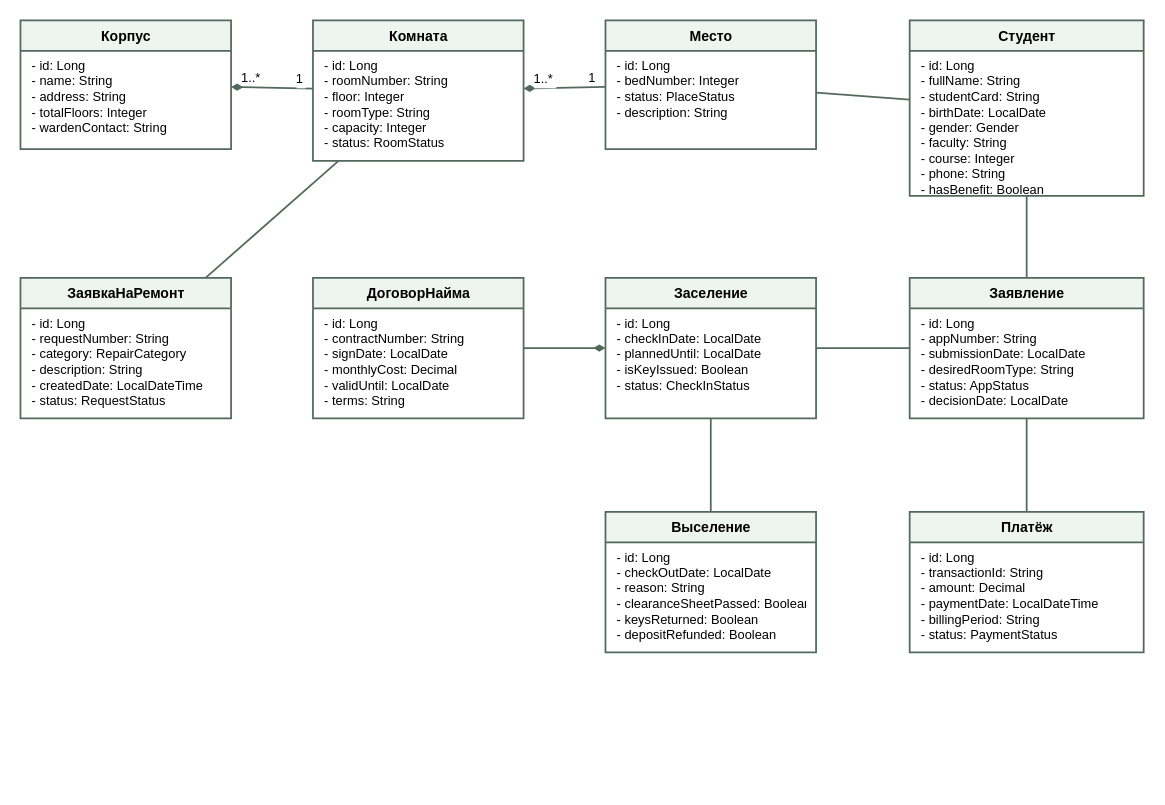
Before: docs/model/class.drawio in X2X13211/cursovaya, a draw.io diagram. Source tidied: cells renumbered, new cells numbered last; positions are measured from the earlier drawing's top-left corner, leaving out a move shared by most shapes. Both pictures are drawn from the tidied source at 117%, with x=0, y=0 at pixel (20, 20).
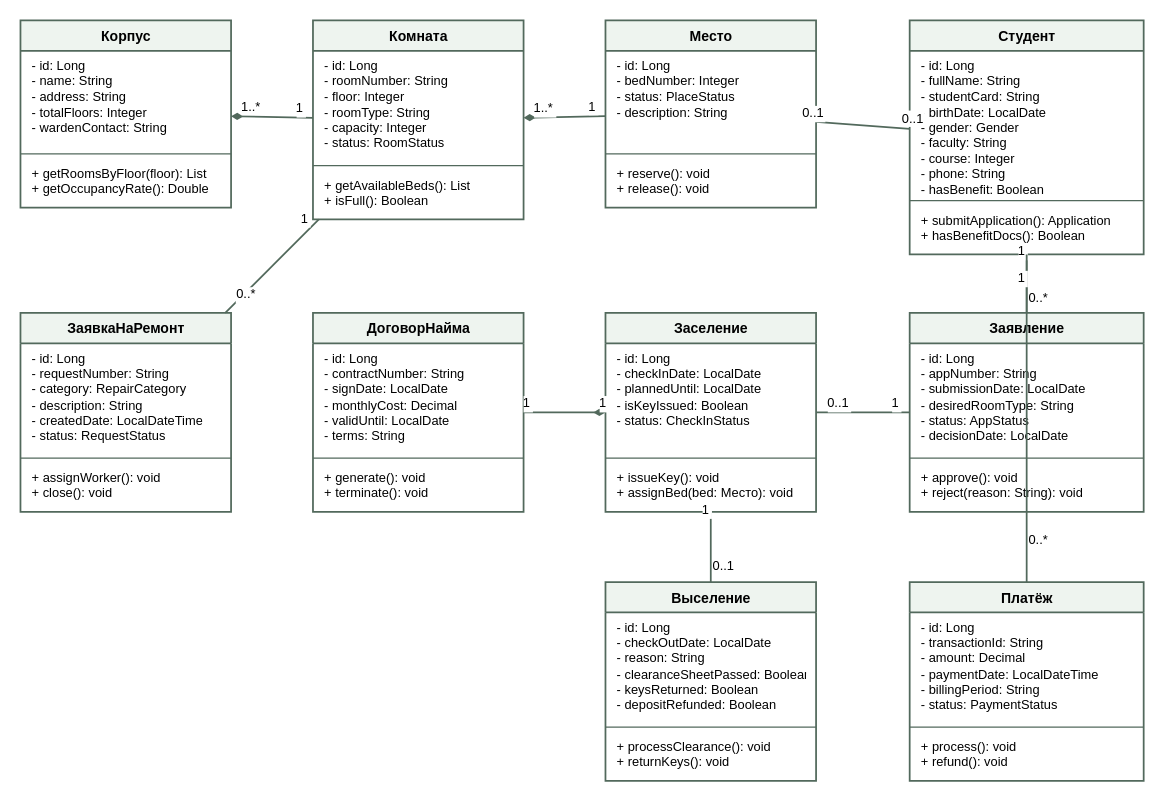
The same diagram, later.

Unchanged cells that the change refers to:
```xml
<mxCell id="28" style="endArrow=none;strokeColor=#52695C;strokeWidth=1.5;fontFamily=Arial;" parent="1" edge="1" source="6" target="8">
  <mxGeometry relative="1" as="geometry" />
</mxCell>
<mxCell id="29" style="endArrow=none;strokeColor=#52695C;strokeWidth=1.5;fontFamily=Arial;" parent="1" edge="1" source="8" target="10">
  <mxGeometry relative="1" as="geometry" />
</mxCell>
<mxCell id="30" style="endArrow=none;strokeColor=#52695C;strokeWidth=1.5;fontFamily=Arial;" parent="1" edge="1" source="10" target="12">
  <mxGeometry relative="1" as="geometry" />
</mxCell>
<mxCell id="31" style="endArrow=diamondThin;endFill=1;strokeColor=#52695C;strokeWidth=1.5;fontFamily=Arial;" parent="1" edge="1" source="14" target="12">
  <mxGeometry relative="1" as="geometry" />
</mxCell>
<mxCell id="32" style="endArrow=none;strokeColor=#52695C;strokeWidth=1.5;fontFamily=Arial;" parent="1" edge="1" source="12" target="16">
  <mxGeometry relative="1" as="geometry" />
</mxCell>
<mxCell id="34" style="endArrow=none;strokeColor=#52695C;strokeWidth=1.5;fontFamily=Arial;" parent="1" edge="1" source="4" target="18">
  <mxGeometry relative="1" as="geometry" />
</mxCell>
```

Diff of the diagram source:
```diff
@@
     <mxCell id="2" value="Корпус" style="swimlane;fontStyle=1;align=center;verticalAlign=top;horizontal=1;startSize=26;html=1;fillColor=#EEF4EF;strokeColor=#52695C;strokeWidth=1.5;fontFamily=Arial;" parent="1" vertex="1">
-      <mxGeometry width="180" height="110" as="geometry" />
+      <mxGeometry width="180" height="160" as="geometry" />
     </mxCell>
@@
+    <mxCell id="35" style="line;strokeWidth=1;fillColor=none;align=left;verticalAlign=middle;spacingTop=-1;spacingLeft=3;spacingRight=10;labelPosition=left;strokeColor=inherit;" parent="2" vertex="1">
+      <mxGeometry y="110" width="180" height="8" as="geometry" />
+    </mxCell>
+    <mxCell id="36" value="+ getRoomsByFloor(floor): List&#10;+ getOccupancyRate(): Double" style="text;strokeColor=none;fillColor=none;align=left;verticalAlign=top;spacingLeft=8;spacingRight=8;overflow=hidden;html=1;fontSize=11;fontFamily=Arial;" parent="2" vertex="1">
+      <mxGeometry y="118" width="180" height="42" as="geometry" />
+    </mxCell>
     <mxCell id="4" value="Комната" style="swimlane;fontStyle=1;align=center;verticalAlign=top;horizontal=1;startSize=26;html=1;fillColor=#EEF4EF;strokeColor=#52695C;strokeWidth=1.5;fontFamily=Arial;" parent="1" vertex="1">
-      <mxGeometry x="250" width="180" height="120" as="geometry" />
+      <mxGeometry x="250" width="180" height="170" as="geometry" />
     </mxCell>
@@
+    <mxCell id="37" style="line;strokeWidth=1;fillColor=none;align=left;verticalAlign=middle;spacingTop=-1;spacingLeft=3;spacingRight=10;labelPosition=left;strokeColor=inherit;" parent="4" vertex="1">
+      <mxGeometry y="120" width="180" height="8" as="geometry" />
+    </mxCell>
+    <mxCell id="38" value="+ getAvailableBeds(): List&#10;+ isFull(): Boolean" style="text;strokeColor=none;fillColor=none;align=left;verticalAlign=top;spacingLeft=8;spacingRight=8;overflow=hidden;html=1;fontSize=11;fontFamily=Arial;" parent="4" vertex="1">
+      <mxGeometry y="128" width="180" height="42" as="geometry" />
+    </mxCell>
     <mxCell id="6" value="Место" style="swimlane;fontStyle=1;align=center;verticalAlign=top;horizontal=1;startSize=26;html=1;fillColor=#EEF4EF;strokeColor=#52695C;strokeWidth=1.5;fontFamily=Arial;" parent="1" vertex="1">
-      <mxGeometry x="500" width="180" height="110" as="geometry" />
+      <mxGeometry x="500" width="180" height="160" as="geometry" />
     </mxCell>
@@
+    <mxCell id="39" style="line;strokeWidth=1;fillColor=none;align=left;verticalAlign=middle;spacingTop=-1;spacingLeft=3;spacingRight=10;labelPosition=left;strokeColor=inherit;" parent="6" vertex="1">
+      <mxGeometry y="110" width="180" height="8" as="geometry" />
+    </mxCell>
+    <mxCell id="40" value="+ reserve(): void&#10;+ release(): void" style="text;strokeColor=none;fillColor=none;align=left;verticalAlign=top;spacingLeft=8;spacingRight=8;overflow=hidden;html=1;fontSize=11;fontFamily=Arial;" parent="6" vertex="1">
+      <mxGeometry y="118" width="180" height="42" as="geometry" />
+    </mxCell>
     <mxCell id="8" value="Студент" style="swimlane;fontStyle=1;align=center;verticalAlign=top;horizontal=1;startSize=26;html=1;fillColor=#EEF4EF;strokeColor=#52695C;strokeWidth=1.5;fontFamily=Arial;" parent="1" vertex="1">
-      <mxGeometry x="760" width="200" height="150" as="geometry" />
+      <mxGeometry x="760" width="200" height="200" as="geometry" />
     </mxCell>
@@
+    <mxCell id="41" style="line;strokeWidth=1;fillColor=none;align=left;verticalAlign=middle;spacingTop=-1;spacingLeft=3;spacingRight=10;labelPosition=left;strokeColor=inherit;" parent="8" vertex="1">
+      <mxGeometry y="150" width="200" height="8" as="geometry" />
+    </mxCell>
+    <mxCell id="42" value="+ submitApplication(): Application&#10;+ hasBenefitDocs(): Boolean" style="text;strokeColor=none;fillColor=none;align=left;verticalAlign=top;spacingLeft=8;spacingRight=8;overflow=hidden;html=1;fontSize=11;fontFamily=Arial;" parent="8" vertex="1">
+      <mxGeometry y="158" width="200" height="42" as="geometry" />
+    </mxCell>
     <mxCell id="10" value="Заявление" style="swimlane;fontStyle=1;align=center;verticalAlign=top;horizontal=1;startSize=26;html=1;fillColor=#EEF4EF;strokeColor=#52695C;strokeWidth=1.5;fontFamily=Arial;" parent="1" vertex="1">
-      <mxGeometry x="760" y="220" width="200" height="120" as="geometry" />
+      <mxGeometry x="760" y="250" width="200" height="170" as="geometry" />
     </mxCell>
@@
+    <mxCell id="43" style="line;strokeWidth=1;fillColor=none;align=left;verticalAlign=middle;spacingTop=-1;spacingLeft=3;spacingRight=10;labelPosition=left;strokeColor=inherit;" parent="10" vertex="1">
+      <mxGeometry y="120" width="200" height="8" as="geometry" />
+    </mxCell>
+    <mxCell id="44" value="+ approve(): void&#10;+ reject(reason: String): void" style="text;strokeColor=none;fillColor=none;align=left;verticalAlign=top;spacingLeft=8;spacingRight=8;overflow=hidden;html=1;fontSize=11;fontFamily=Arial;" parent="10" vertex="1">
+      <mxGeometry y="128" width="200" height="42" as="geometry" />
+    </mxCell>
     <mxCell id="12" value="Заселение" style="swimlane;fontStyle=1;align=center;verticalAlign=top;horizontal=1;startSize=26;html=1;fillColor=#EEF4EF;strokeColor=#52695C;strokeWidth=1.5;fontFamily=Arial;" parent="1" vertex="1">
-      <mxGeometry x="500" y="220" width="180" height="120" as="geometry" />
+      <mxGeometry x="500" y="250" width="180" height="170" as="geometry" />
     </mxCell>
@@
+    <mxCell id="45" style="line;strokeWidth=1;fillColor=none;align=left;verticalAlign=middle;spacingTop=-1;spacingLeft=3;spacingRight=10;labelPosition=left;strokeColor=inherit;" parent="12" vertex="1">
+      <mxGeometry y="120" width="180" height="8" as="geometry" />
+    </mxCell>
+    <mxCell id="46" value="+ issueKey(): void&#10;+ assignBed(bed: Место): void" style="text;strokeColor=none;fillColor=none;align=left;verticalAlign=top;spacingLeft=8;spacingRight=8;overflow=hidden;html=1;fontSize=11;fontFamily=Arial;" parent="12" vertex="1">
+      <mxGeometry y="128" width="180" height="42" as="geometry" />
+    </mxCell>
     <mxCell id="14" value="ДоговорНайма" style="swimlane;fontStyle=1;align=center;verticalAlign=top;horizontal=1;startSize=26;html=1;fillColor=#EEF4EF;strokeColor=#52695C;strokeWidth=1.5;fontFamily=Arial;" parent="1" vertex="1">
-      <mxGeometry x="250" y="220" width="180" height="120" as="geometry" />
+      <mxGeometry x="250" y="250" width="180" height="170" as="geometry" />
     </mxCell>
@@
+    <mxCell id="47" style="line;strokeWidth=1;fillColor=none;align=left;verticalAlign=middle;spacingTop=-1;spacingLeft=3;spacingRight=10;labelPosition=left;strokeColor=inherit;" parent="14" vertex="1">
+      <mxGeometry y="120" width="180" height="8" as="geometry" />
+    </mxCell>
+    <mxCell id="48" value="+ generate(): void&#10;+ terminate(): void" style="text;strokeColor=none;fillColor=none;align=left;verticalAlign=top;spacingLeft=8;spacingRight=8;overflow=hidden;html=1;fontSize=11;fontFamily=Arial;" parent="14" vertex="1">
+      <mxGeometry y="128" width="180" height="42" as="geometry" />
+    </mxCell>
     <mxCell id="16" value="Выселение" style="swimlane;fontStyle=1;align=center;verticalAlign=top;horizontal=1;startSize=26;html=1;fillColor=#EEF4EF;strokeColor=#52695C;strokeWidth=1.5;fontFamily=Arial;" parent="1" vertex="1">
-      <mxGeometry x="500" y="420" width="180" height="120" as="geometry" />
+      <mxGeometry x="500" y="480" width="180" height="170" as="geometry" />
     </mxCell>
@@
+    <mxCell id="49" style="line;strokeWidth=1;fillColor=none;align=left;verticalAlign=middle;spacingTop=-1;spacingLeft=3;spacingRight=10;labelPosition=left;strokeColor=inherit;" parent="16" vertex="1">
+      <mxGeometry y="120" width="180" height="8" as="geometry" />
+    </mxCell>
+    <mxCell id="50" value="+ processClearance(): void&#10;+ returnKeys(): void" style="text;strokeColor=none;fillColor=none;align=left;verticalAlign=top;spacingLeft=8;spacingRight=8;overflow=hidden;html=1;fontSize=11;fontFamily=Arial;" parent="16" vertex="1">
+      <mxGeometry y="128" width="180" height="42" as="geometry" />
+    </mxCell>
     <mxCell id="18" value="ЗаявкаНаРемонт" style="swimlane;fontStyle=1;align=center;verticalAlign=top;horizontal=1;startSize=26;html=1;fillColor=#EEF4EF;strokeColor=#52695C;strokeWidth=1.5;fontFamily=Arial;" parent="1" vertex="1">
-      <mxGeometry y="220" width="180" height="120" as="geometry" />
+      <mxGeometry y="250" width="180" height="170" as="geometry" />
     </mxCell>
@@
+    <mxCell id="51" style="line;strokeWidth=1;fillColor=none;align=left;verticalAlign=middle;spacingTop=-1;spacingLeft=3;spacingRight=10;labelPosition=left;strokeColor=inherit;" parent="18" vertex="1">
+      <mxGeometry y="120" width="180" height="8" as="geometry" />
+    </mxCell>
+    <mxCell id="52" value="+ assignWorker(): void&#10;+ close(): void" style="text;strokeColor=none;fillColor=none;align=left;verticalAlign=top;spacingLeft=8;spacingRight=8;overflow=hidden;html=1;fontSize=11;fontFamily=Arial;" parent="18" vertex="1">
+      <mxGeometry y="128" width="180" height="42" as="geometry" />
+    </mxCell>
     <mxCell id="20" value="Платёж" style="swimlane;fontStyle=1;align=center;verticalAlign=top;horizontal=1;startSize=26;html=1;fillColor=#EEF4EF;strokeColor=#52695C;strokeWidth=1.5;fontFamily=Arial;" parent="1" vertex="1">
-      <mxGeometry x="760" y="420" width="200" height="120" as="geometry" />
+      <mxGeometry x="760" y="480" width="200" height="170" as="geometry" />
     </mxCell>
@@
+    <mxCell id="53" style="line;strokeWidth=1;fillColor=none;align=left;verticalAlign=middle;spacingTop=-1;spacingLeft=3;spacingRight=10;labelPosition=left;strokeColor=inherit;" parent="20" vertex="1">
+      <mxGeometry y="120" width="200" height="8" as="geometry" />
+    </mxCell>
+    <mxCell id="54" value="+ process(): void&#10;+ refund(): void" style="text;strokeColor=none;fillColor=none;align=left;verticalAlign=top;spacingLeft=8;spacingRight=8;overflow=hidden;html=1;fontSize=11;fontFamily=Arial;" parent="20" vertex="1">
+      <mxGeometry y="128" width="200" height="42" as="geometry" />
+    </mxCell>
@@
+    <mxCell id="55" value="0..1" style="edgeLabel;align=right;verticalAlign=bottom;fontSize=11;fontFamily=Arial;" parent="28" vertex="1">
+      <mxGeometry x="-0.8" relative="1" as="geometry" />
+    </mxCell>
+    <mxCell id="56" value="0..1" style="edgeLabel;align=left;verticalAlign=bottom;fontSize=11;fontFamily=Arial;" parent="28" vertex="1">
+      <mxGeometry x="0.8" relative="1" as="geometry" />
+    </mxCell>
@@
+    <mxCell id="57" value="1" style="edgeLabel;align=right;verticalAlign=bottom;fontSize=11;fontFamily=Arial;" parent="29" vertex="1">
+      <mxGeometry x="-0.8" relative="1" as="geometry" />
+    </mxCell>
+    <mxCell id="58" value="0..*" style="edgeLabel;align=left;verticalAlign=bottom;fontSize=11;fontFamily=Arial;" parent="29" vertex="1">
+      <mxGeometry x="0.8" relative="1" as="geometry" />
+    </mxCell>
@@
+    <mxCell id="59" value="1" style="edgeLabel;align=right;verticalAlign=bottom;fontSize=11;fontFamily=Arial;" parent="30" vertex="1">
+      <mxGeometry x="-0.8" relative="1" as="geometry" />
+    </mxCell>
+    <mxCell id="60" value="0..1" style="edgeLabel;align=left;verticalAlign=bottom;fontSize=11;fontFamily=Arial;" parent="30" vertex="1">
+      <mxGeometry x="0.8" relative="1" as="geometry" />
+    </mxCell>
@@
+    <mxCell id="61" value="1" style="edgeLabel;align=right;verticalAlign=bottom;fontSize=11;fontFamily=Arial;" parent="31" vertex="1">
+      <mxGeometry x="-0.8" relative="1" as="geometry" />
+    </mxCell>
+    <mxCell id="62" value="1" style="edgeLabel;align=left;verticalAlign=bottom;fontSize=11;fontFamily=Arial;" parent="31" vertex="1">
+      <mxGeometry x="0.8" relative="1" as="geometry" />
+    </mxCell>
@@
+    <mxCell id="63" value="1" style="edgeLabel;align=right;verticalAlign=bottom;fontSize=11;fontFamily=Arial;" parent="32" vertex="1">
+      <mxGeometry x="-0.8" relative="1" as="geometry" />
+    </mxCell>
+    <mxCell id="64" value="0..1" style="edgeLabel;align=left;verticalAlign=bottom;fontSize=11;fontFamily=Arial;" parent="32" vertex="1">
+      <mxGeometry x="0.8" relative="1" as="geometry" />
+    </mxCell>
-    <mxCell id="33" style="endArrow=none;strokeColor=#52695C;strokeWidth=1.5;fontFamily=Arial;" parent="1" edge="1" source="10" target="20">
+    <mxCell id="33" style="endArrow=none;strokeColor=#52695C;strokeWidth=1.5;fontFamily=Arial;" parent="1" edge="1" source="8" target="20">
       <mxGeometry relative="1" as="geometry" />
     </mxCell>
+    <mxCell id="65" value="1" style="edgeLabel;align=right;verticalAlign=bottom;fontSize=11;fontFamily=Arial;" parent="33" vertex="1">
+      <mxGeometry x="-0.8" relative="1" as="geometry" />
+    </mxCell>
+    <mxCell id="66" value="0..*" style="edgeLabel;align=left;verticalAlign=bottom;fontSize=11;fontFamily=Arial;" parent="33" vertex="1">
+      <mxGeometry x="0.8" relative="1" as="geometry" />
+    </mxCell>
@@
+    <mxCell id="67" value="1" style="edgeLabel;align=right;verticalAlign=bottom;fontSize=11;fontFamily=Arial;" parent="34" vertex="1">
+      <mxGeometry x="-0.8" relative="1" as="geometry" />
+    </mxCell>
+    <mxCell id="68" value="0..*" style="edgeLabel;align=left;verticalAlign=bottom;fontSize=11;fontFamily=Arial;" parent="34" vertex="1">
+      <mxGeometry x="0.8" relative="1" as="geometry" />
+    </mxCell>
```
